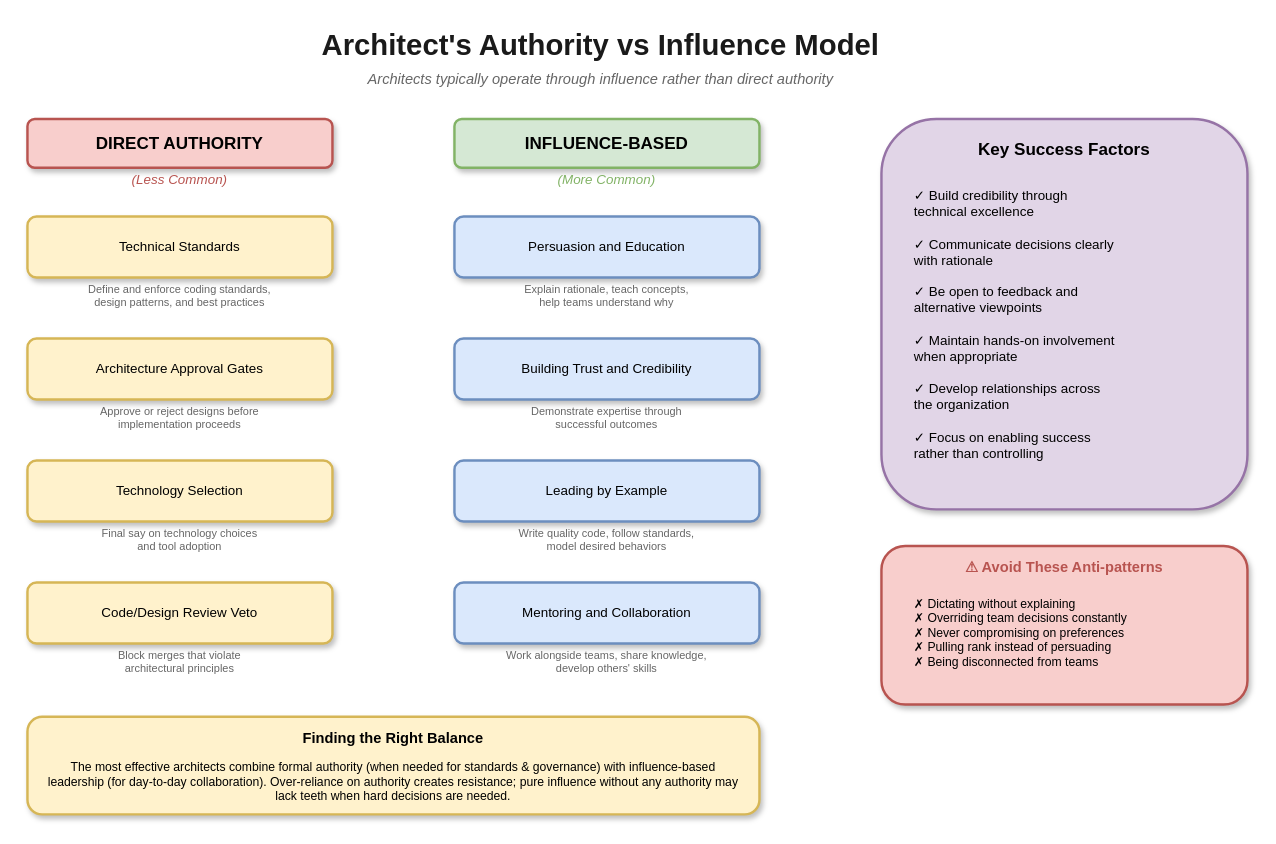
The draw.io diagram lesson-00-software-architect-overview/02-organizational-positioning/2.6-authority-vs-influence.drawio in MrParkerZ7/document-lesson-software-architect-x-claude, before the edit. Source tidied: cells renumbered, new cells numbered last; positions are measured from the earlier drawing's top-left corner, leaving out a move shared by most shapes. Both pictures are drawn from the tidied source at 122%, with x=0, y=0 at pixel (27, 21).
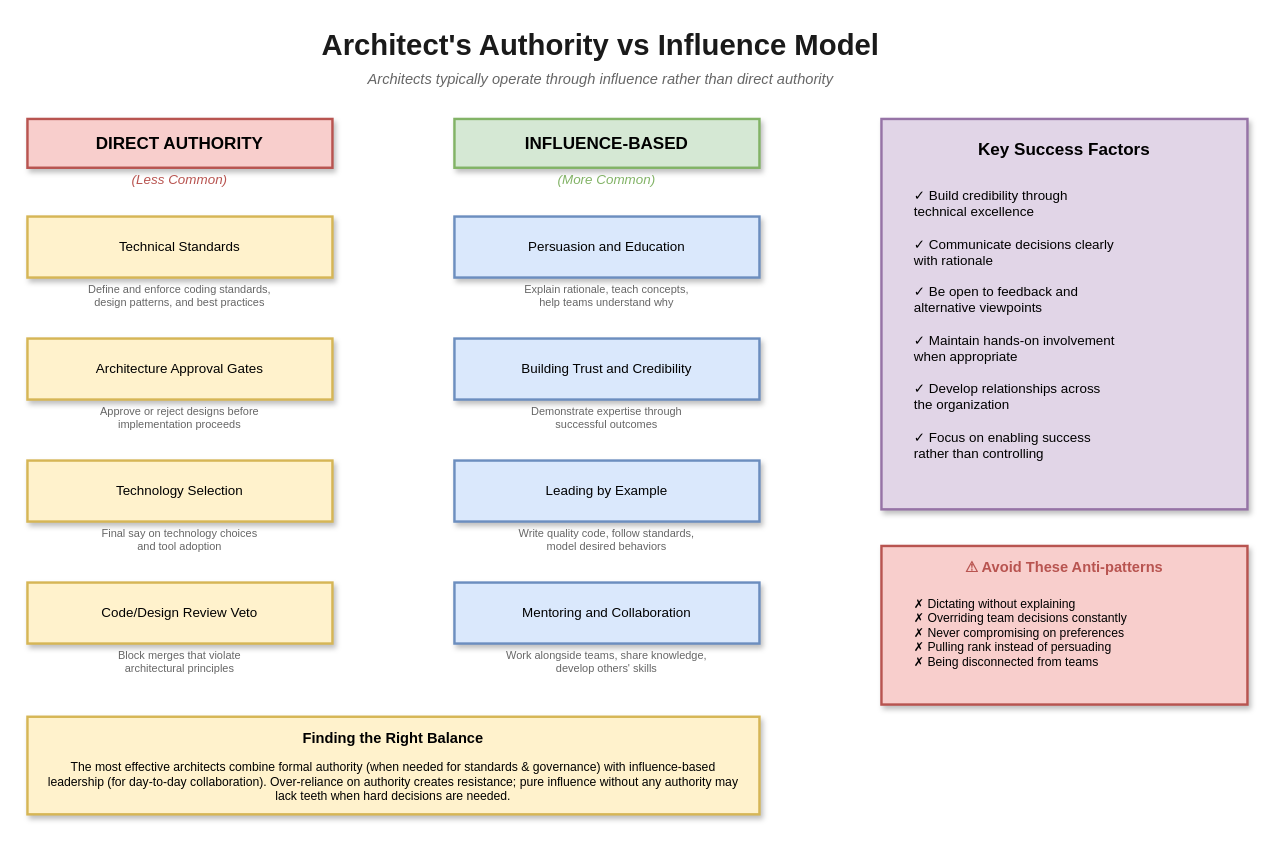
Above is the later version.

Diff of the diagram source:
```diff
@@
-    <mxCell id="4" value="DIRECT AUTHORITY" style="rounded=1;whiteSpace=wrap;html=1;fillColor=#f8cecc;strokeColor=#b85450;fontSize=14;fontStyle=1;shadow=1;strokeWidth=2;" parent="1" vertex="1">
+    <mxCell id="4" value="DIRECT AUTHORITY" style="rounded=0;whiteSpace=wrap;html=1;fillColor=#f8cecc;strokeColor=#b85450;fontSize=14;fontStyle=1;shadow=1;strokeWidth=2;" parent="1" vertex="1">
       <mxGeometry y="80" width="250" height="40" as="geometry" />
     </mxCell>
@@
-    <mxCell id="6" value="Technical Standards" style="rounded=1;whiteSpace=wrap;html=1;fillColor=#fff2cc;strokeColor=#d6b656;fontSize=11;shadow=1;strokeWidth=2;" parent="1" vertex="1">
+    <mxCell id="6" value="Technical Standards" style="rounded=0;whiteSpace=wrap;html=1;fillColor=#fff2cc;strokeColor=#d6b656;fontSize=11;shadow=1;strokeWidth=2;" parent="1" vertex="1">
       <mxGeometry y="160" width="250" height="50" as="geometry" />
     </mxCell>
@@
-    <mxCell id="8" value="Architecture Approval Gates" style="rounded=1;whiteSpace=wrap;html=1;fillColor=#fff2cc;strokeColor=#d6b656;fontSize=11;shadow=1;strokeWidth=2;" parent="1" vertex="1">
+    <mxCell id="8" value="Architecture Approval Gates" style="rounded=0;whiteSpace=wrap;html=1;fillColor=#fff2cc;strokeColor=#d6b656;fontSize=11;shadow=1;strokeWidth=2;" parent="1" vertex="1">
       <mxGeometry y="260" width="250" height="50" as="geometry" />
     </mxCell>
@@
-    <mxCell id="10" value="Technology Selection" style="rounded=1;whiteSpace=wrap;html=1;fillColor=#fff2cc;strokeColor=#d6b656;fontSize=11;shadow=1;strokeWidth=2;" parent="1" vertex="1">
+    <mxCell id="10" value="Technology Selection" style="rounded=0;whiteSpace=wrap;html=1;fillColor=#fff2cc;strokeColor=#d6b656;fontSize=11;shadow=1;strokeWidth=2;" parent="1" vertex="1">
       <mxGeometry y="360" width="250" height="50" as="geometry" />
     </mxCell>
@@
-    <mxCell id="12" value="Code/Design Review Veto" style="rounded=1;whiteSpace=wrap;html=1;fillColor=#fff2cc;strokeColor=#d6b656;fontSize=11;shadow=1;strokeWidth=2;" parent="1" vertex="1">
+    <mxCell id="12" value="Code/Design Review Veto" style="rounded=0;whiteSpace=wrap;html=1;fillColor=#fff2cc;strokeColor=#d6b656;fontSize=11;shadow=1;strokeWidth=2;" parent="1" vertex="1">
       <mxGeometry y="460" width="250" height="50" as="geometry" />
     </mxCell>
@@
-    <mxCell id="14" value="INFLUENCE-BASED" style="rounded=1;whiteSpace=wrap;html=1;fillColor=#d5e8d4;strokeColor=#82b366;fontSize=14;fontStyle=1;shadow=1;strokeWidth=2;" parent="1" vertex="1">
+    <mxCell id="14" value="INFLUENCE-BASED" style="rounded=0;whiteSpace=wrap;html=1;fillColor=#d5e8d4;strokeColor=#82b366;fontSize=14;fontStyle=1;shadow=1;strokeWidth=2;" parent="1" vertex="1">
       <mxGeometry x="350" y="80" width="250" height="40" as="geometry" />
     </mxCell>
@@
-    <mxCell id="16" value="Persuasion and Education" style="rounded=1;whiteSpace=wrap;html=1;fillColor=#dae8fc;strokeColor=#6c8ebf;fontSize=11;shadow=1;strokeWidth=2;" parent="1" vertex="1">
+    <mxCell id="16" value="Persuasion and Education" style="rounded=0;whiteSpace=wrap;html=1;fillColor=#dae8fc;strokeColor=#6c8ebf;fontSize=11;shadow=1;strokeWidth=2;" parent="1" vertex="1">
       <mxGeometry x="350" y="160" width="250" height="50" as="geometry" />
     </mxCell>
@@
-    <mxCell id="18" value="Building Trust and Credibility" style="rounded=1;whiteSpace=wrap;html=1;fillColor=#dae8fc;strokeColor=#6c8ebf;fontSize=11;shadow=1;strokeWidth=2;" parent="1" vertex="1">
+    <mxCell id="18" value="Building Trust and Credibility" style="rounded=0;whiteSpace=wrap;html=1;fillColor=#dae8fc;strokeColor=#6c8ebf;fontSize=11;shadow=1;strokeWidth=2;" parent="1" vertex="1">
       <mxGeometry x="350" y="260" width="250" height="50" as="geometry" />
     </mxCell>
@@
-    <mxCell id="20" value="Leading by Example" style="rounded=1;whiteSpace=wrap;html=1;fillColor=#dae8fc;strokeColor=#6c8ebf;fontSize=11;shadow=1;strokeWidth=2;" parent="1" vertex="1">
+    <mxCell id="20" value="Leading by Example" style="rounded=0;whiteSpace=wrap;html=1;fillColor=#dae8fc;strokeColor=#6c8ebf;fontSize=11;shadow=1;strokeWidth=2;" parent="1" vertex="1">
       <mxGeometry x="350" y="360" width="250" height="50" as="geometry" />
     </mxCell>
@@
-    <mxCell id="22" value="Mentoring and Collaboration" style="rounded=1;whiteSpace=wrap;html=1;fillColor=#dae8fc;strokeColor=#6c8ebf;fontSize=11;shadow=1;strokeWidth=2;" parent="1" vertex="1">
+    <mxCell id="22" value="Mentoring and Collaboration" style="rounded=0;whiteSpace=wrap;html=1;fillColor=#dae8fc;strokeColor=#6c8ebf;fontSize=11;shadow=1;strokeWidth=2;" parent="1" vertex="1">
       <mxGeometry x="350" y="460" width="250" height="50" as="geometry" />
     </mxCell>
@@
-    <mxCell id="24" style="rounded=1;whiteSpace=wrap;html=1;fillColor=#e1d5e7;strokeColor=#9673a6;strokeWidth=2;shadow=1;" parent="1" vertex="1">
+    <mxCell id="24" style="rounded=0;whiteSpace=wrap;html=1;fillColor=#e1d5e7;strokeColor=#9673a6;strokeWidth=2;shadow=1;" parent="1" vertex="1">
       <mxGeometry x="700" y="80" width="300" height="320" as="geometry" />
     </mxCell>
@@
-    <mxCell id="27" style="rounded=1;whiteSpace=wrap;html=1;fillColor=#fff2cc;strokeColor=#d6b656;strokeWidth=2;shadow=1;" parent="1" vertex="1">
+    <mxCell id="27" style="rounded=0;whiteSpace=wrap;html=1;fillColor=#fff2cc;strokeColor=#d6b656;strokeWidth=2;shadow=1;" parent="1" vertex="1">
       <mxGeometry y="570" width="600" height="80" as="geometry" />
     </mxCell>
@@
-    <mxCell id="30" style="rounded=1;whiteSpace=wrap;html=1;fillColor=#f8cecc;strokeColor=#b85450;strokeWidth=2;shadow=1;" parent="1" vertex="1">
+    <mxCell id="30" style="rounded=0;whiteSpace=wrap;html=1;fillColor=#f8cecc;strokeColor=#b85450;strokeWidth=2;shadow=1;" parent="1" vertex="1">
       <mxGeometry x="700" y="430" width="300" height="130" as="geometry" />
     </mxCell>
```
